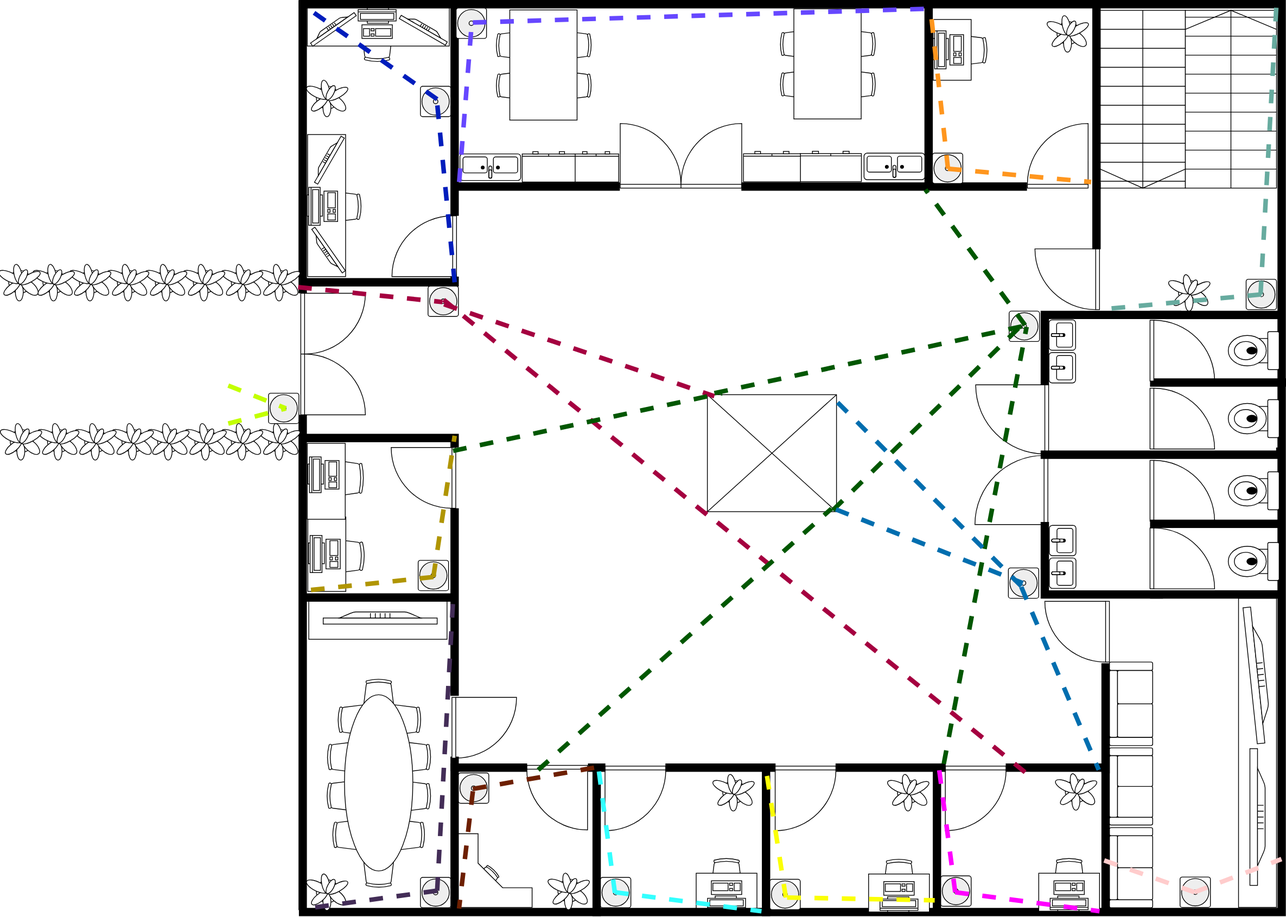
Earlier version of the draw.io export diagram.svg (ziobrowskipiotr/BSc-Thesis). Source tidied: cells renumbered, new cells last; positions are measured from the earlier drawing's top-left corner, leaving out a move shared by most shapes.
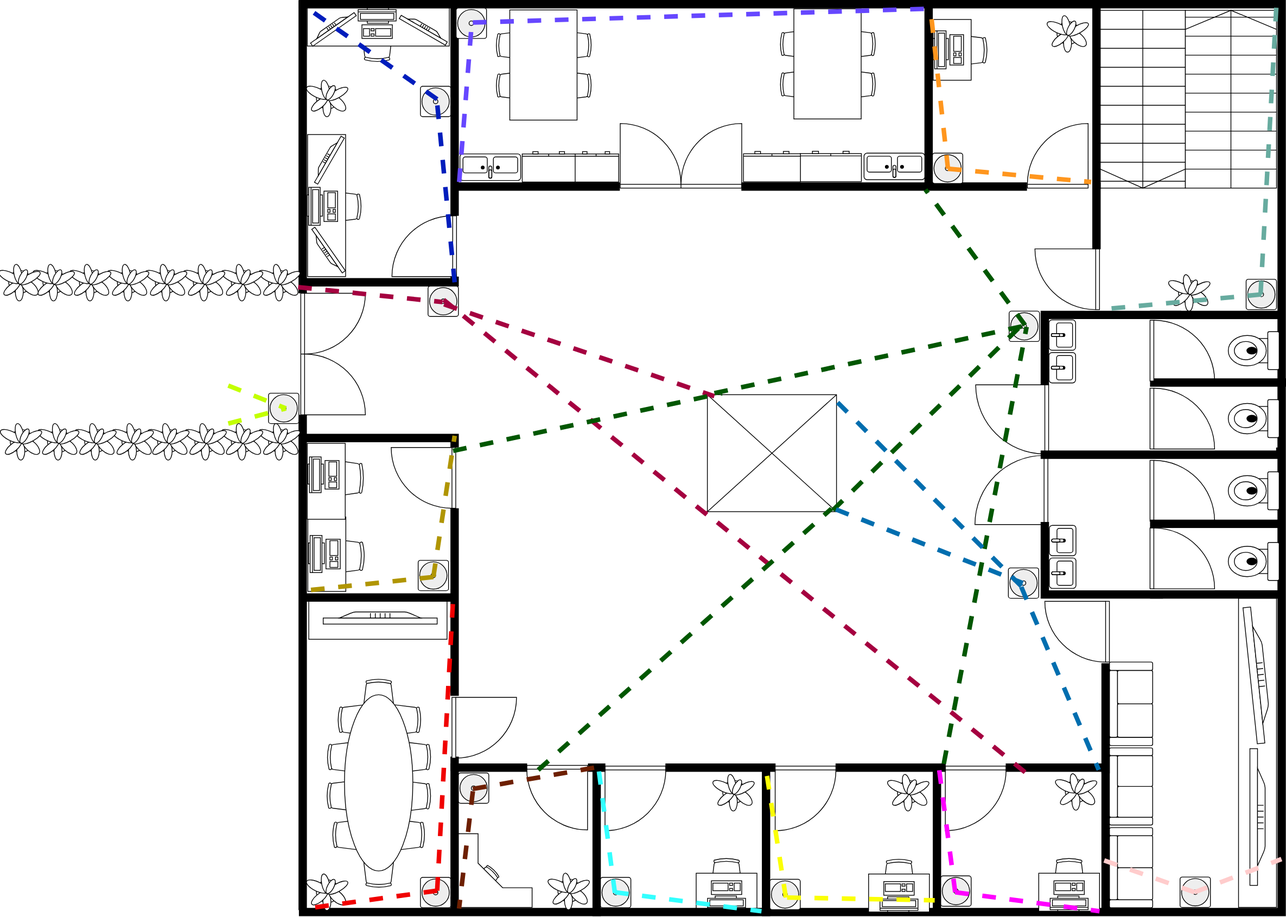
The same diagram one commit later.

Diff of the diagram source:
```diff
@@ -518,12 +518,12 @@
     <mxCell id="173" style="verticalLabelPosition=bottom;html=1;verticalAlign=top;align=center;shape=mxgraph.floorplan.water_cooler;" parent="1" vertex="1">
       <mxGeometry x="1553" y="1201" width="40" height="40" as="geometry" />
     </mxCell>
-    <mxCell id="174" style="endArrow=none;dashed=1;html=1;rounded=0;exitX=0.757;exitY=-0.5;exitDx=0;exitDy=0;exitPerimeter=0;entryX=0.99;entryY=0.8;entryDx=0;entryDy=0;entryPerimeter=0;fontSize=11;spacing=2;arcSize=20;labelBorderColor=none;fillColor=#76608a;strokeColor=light-dark(#432D57,#432D57);startSize=6;endSize=6;jumpSize=6;strokeWidth=6;" parent="1" edge="1" target="19">
+    <mxCell id="174" style="endArrow=none;dashed=1;html=1;rounded=0;exitX=0.757;exitY=-0.5;exitDx=0;exitDy=0;exitPerimeter=0;entryX=0.99;entryY=0.8;entryDx=0;entryDy=0;entryPerimeter=0;fontSize=11;spacing=2;arcSize=20;labelBorderColor=none;fillColor=#76608a;strokeColor=light-dark(#F00000,#F00000);startSize=6;endSize=6;jumpSize=6;strokeWidth=6;" parent="1" edge="1" target="19">
       <mxGeometry relative="1" as="geometry">
         <mxPoint x="575" y="1219" as="sourcePoint" />
       </mxGeometry>
     </mxCell>
-    <mxCell id="175" style="endArrow=none;dashed=1;html=1;rounded=0;exitX=0.757;exitY=-0.5;exitDx=0;exitDy=0;exitPerimeter=0;fontSize=11;spacing=2;arcSize=20;labelBorderColor=none;fillColor=#76608a;strokeColor=light-dark(#432D57,#432D57);startSize=6;endSize=6;jumpSize=6;strokeWidth=6;entryX=0.992;entryY=0.993;entryDx=0;entryDy=0;entryPerimeter=0;" parent="1" edge="1" target="17">
+    <mxCell id="175" style="endArrow=none;dashed=1;html=1;rounded=0;exitX=0.757;exitY=-0.5;exitDx=0;exitDy=0;exitPerimeter=0;fontSize=11;spacing=2;arcSize=20;labelBorderColor=none;fillColor=#76608a;strokeColor=light-dark(#F00000,#F00000);startSize=6;endSize=6;jumpSize=6;strokeWidth=6;entryX=0.992;entryY=0.993;entryDx=0;entryDy=0;entryPerimeter=0;" parent="1" edge="1" target="17">
       <mxGeometry relative="1" as="geometry">
         <mxPoint x="575" y="1219" as="sourcePoint" />
       </mxGeometry>
```
